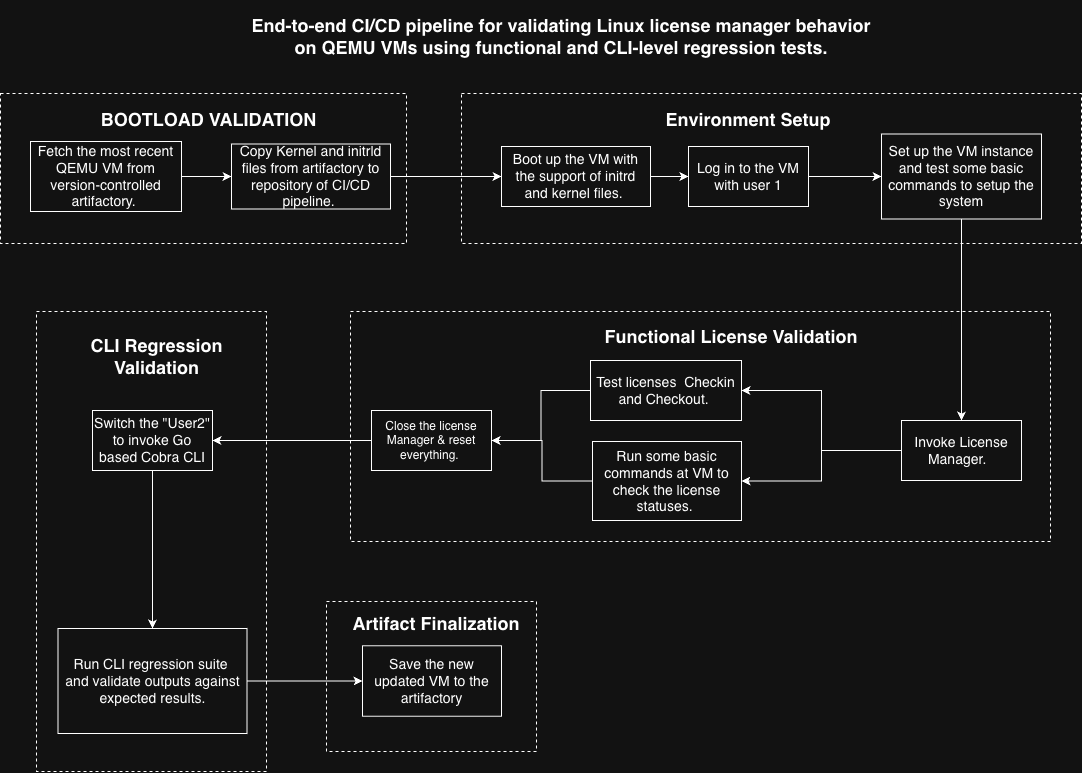
Above: docs/ci-flow.png in prateeksha9/case-study-CI-CD-pipeline-Internship-at-Keysight (draw.io), before the change. Source tidied: cells renumbered, new cells last; positions are measured from the earlier drawing's top-left corner, leaving out a move shared by most shapes.
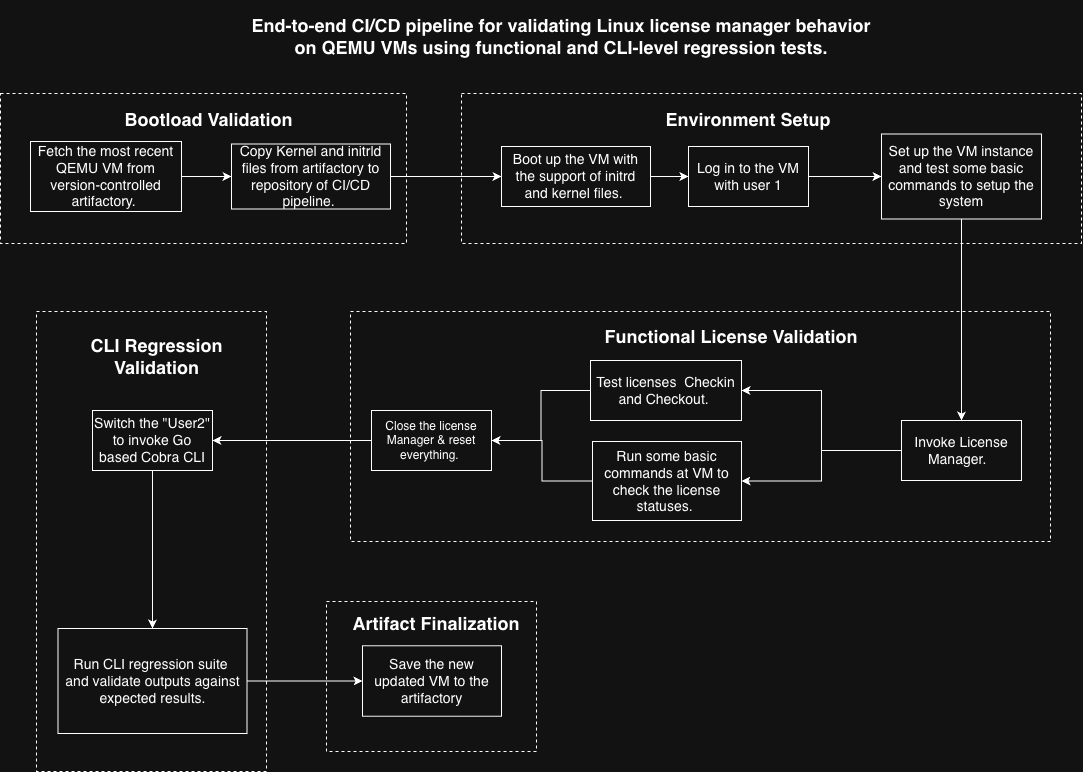
The same diagram one commit later.

What changed in the source:
```diff
@@ -80,7 +80,7 @@
     <mxCell id="27" style="rounded=0;whiteSpace=wrap;html=1;dashed=1;fillColor=none;" parent="1" vertex="1">
       <mxGeometry x="461" y="72" width="620" height="150" as="geometry" />
     </mxCell>
-    <mxCell id="28" value="&lt;h2&gt;&lt;b&gt;BOOTLOAD VALIDATION&lt;/b&gt;&lt;/h2&gt;" style="text;html=1;whiteSpace=wrap;strokeColor=none;fillColor=none;align=center;verticalAlign=middle;rounded=0;" parent="1" vertex="1">
+    <mxCell id="28" value="&lt;h2&gt;&lt;b&gt;Bootload Validation&lt;/b&gt;&lt;/h2&gt;" style="text;html=1;whiteSpace=wrap;strokeColor=none;fillColor=none;align=center;verticalAlign=middle;rounded=0;" parent="1" vertex="1">
       <mxGeometry x="85.5" y="82.5" width="245" height="30" as="geometry" />
     </mxCell>
     <mxCell id="29" value="&lt;h2&gt;Environment Setup&lt;/h2&gt;" style="text;html=1;whiteSpace=wrap;strokeColor=none;fillColor=none;align=center;verticalAlign=middle;rounded=0;" parent="1" vertex="1">
```
